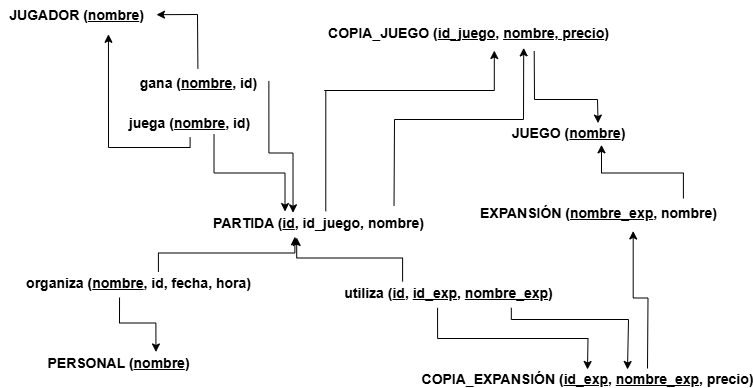
This is 2. Paso a tablas/Paso_tablas_DEF.png from miguel-mxrxrx04/BBDD_MJA, a draw.io export, as it was before one commit. Source tidied: cells renumbered, new cells last; positions are measured from the earlier drawing's top-left corner, leaving out a move shared by most shapes.
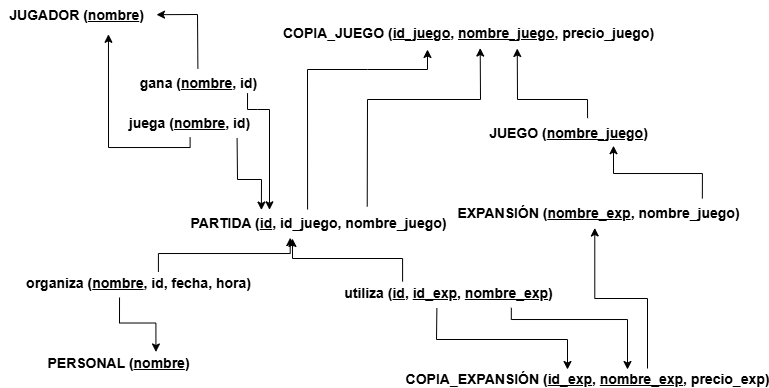
The same diagram one commit later.

Change to the diagram source:
```diff
@@ -21,23 +21,17 @@
         </Array>
       </mxGeometry>
     </mxCell>
-    <mxCell id="7" value="&lt;font style=&quot;font-size: 14px;&quot;&gt;&lt;b&gt;PARTIDA (&lt;u&gt;id&lt;/u&gt;, id_juego, nombre)&lt;/b&gt;&lt;/font&gt;" style="text;html=1;align=center;verticalAlign=middle;points=[];strokeColor=none;fillColor=none;" parent="1" vertex="1">
-      <mxGeometry x="203" y="208" width="229" height="29" as="geometry" />
+    <mxCell id="7" value="&lt;font style=&quot;font-size: 14px;&quot;&gt;&lt;b&gt;PARTIDA (&lt;u&gt;id&lt;/u&gt;, id_juego, nombre_juego)&lt;/b&gt;&lt;/font&gt;" style="text;html=1;align=center;verticalAlign=middle;points=[];strokeColor=none;fillColor=none;" parent="1" vertex="1">
+      <mxGeometry x="178" y="208" width="280" height="30" as="geometry" />
     </mxCell>
-    <mxCell id="8" style="endArrow=classic;html=1;rounded=0;exitX=1.025;exitY=0.429;exitDx=0;exitDy=0;exitPerimeter=0;edgeStyle=orthogonalEdgeStyle;entryX=0.391;entryY=0.147;entryDx=0;entryDy=0;entryPerimeter=0;" parent="1" edge="1" source="3" target="7">
-      <mxGeometry relative="1" as="geometry" />
-    </mxCell>
-    <mxCell id="9" style="endArrow=classic;html=1;rounded=0;exitX=0.68;exitY=0.886;exitDx=0;exitDy=0;exitPerimeter=0;entryX=0.356;entryY=0.105;entryDx=0;entryDy=0;entryPerimeter=0;edgeStyle=orthogonalEdgeStyle;" parent="1" edge="1" source="4" target="7">
-      <mxGeometry relative="1" as="geometry" />
-    </mxCell>
-    <mxCell id="10" value="&lt;b&gt;&lt;font style=&quot;font-size: 14px;&quot;&gt;COPIA_JUEGO (&lt;u&gt;id_juego&lt;/u&gt;, &lt;u&gt;nombre, precio&lt;/u&gt;)&lt;/font&gt;&lt;/b&gt;" style="text;html=1;align=center;verticalAlign=middle;points=[];strokeColor=none;fillColor=none;" parent="1" vertex="1">
-      <mxGeometry x="318" y="18" width="300" height="30" as="geometry" />
+    <mxCell id="10" value="&lt;b&gt;&lt;font style=&quot;font-size: 14px;&quot;&gt;COPIA_JUEGO (&lt;u&gt;id_juego&lt;/u&gt;, &lt;u&gt;nombre_juego&lt;/u&gt;, precio_juego)&lt;/font&gt;&lt;/b&gt;" style="text;html=1;align=center;verticalAlign=middle;points=[];strokeColor=none;fillColor=none;" parent="1" vertex="1">
+      <mxGeometry x="273" y="18" width="390" height="30" as="geometry" />
     </mxCell>
-    <mxCell id="11" value="&lt;b&gt;&lt;font style=&quot;font-size: 14px;&quot;&gt;JUEGO (&lt;u&gt;nombre&lt;/u&gt;)&lt;/font&gt;&lt;/b&gt;" style="text;html=1;align=center;verticalAlign=middle;points=[];strokeColor=none;fillColor=none;" parent="1" vertex="1">
-      <mxGeometry x="502" y="118" width="132" height="29" as="geometry" />
+    <mxCell id="11" value="&lt;b&gt;&lt;font style=&quot;font-size: 14px;&quot;&gt;JUEGO (&lt;u&gt;nombre_juego&lt;/u&gt;)&lt;/font&gt;&lt;/b&gt;" style="text;html=1;align=center;verticalAlign=middle;points=[];strokeColor=none;fillColor=none;" parent="1" vertex="1">
+      <mxGeometry x="478" y="118" width="180" height="30" as="geometry" />
     </mxCell>
-    <mxCell id="12" value="&lt;font style=&quot;font-size: 14px;&quot;&gt;&lt;b&gt;EXPANSIÓN (&lt;u&gt;nombre_exp&lt;/u&gt;, nombre)&lt;/b&gt;&lt;/font&gt;" style="text;html=1;align=center;verticalAlign=middle;points=[];strokeColor=none;fillColor=none;" parent="1" vertex="1">
-      <mxGeometry x="470" y="198" width="255" height="29" as="geometry" />
+    <mxCell id="12" value="&lt;font style=&quot;font-size: 14px;&quot;&gt;&lt;b&gt;EXPANSIÓN (&lt;u&gt;nombre_exp&lt;/u&gt;, nombre_juego)&lt;/b&gt;&lt;/font&gt;" style="text;html=1;align=center;verticalAlign=middle;points=[];strokeColor=none;fillColor=none;" parent="1" vertex="1">
+      <mxGeometry x="443" y="198" width="310" height="30" as="geometry" />
     </mxCell>
     <mxCell id="13" value="&lt;b&gt;&lt;font style=&quot;font-size: 14px;&quot;&gt;organiza (&lt;u&gt;nombre&lt;/u&gt;, id, fecha, hora)&lt;/font&gt;&lt;/b&gt;" style="text;html=1;align=center;verticalAlign=middle;points=[];strokeColor=none;fillColor=none;" parent="1" vertex="1">
       <mxGeometry x="16" y="268" width="243" height="29" as="geometry" />
@@ -45,7 +39,7 @@
     <mxCell id="14" value="&lt;b&gt;&lt;font style=&quot;font-size: 14px;&quot;&gt;PERSONAL (&lt;u&gt;nombre&lt;/u&gt;)&lt;/font&gt;&lt;/b&gt;" style="text;html=1;align=center;verticalAlign=middle;points=[];strokeColor=none;fillColor=none;" parent="1" vertex="1">
       <mxGeometry x="38" y="348" width="160" height="29" as="geometry" />
     </mxCell>
-    <mxCell id="15" value="&lt;b&gt;&lt;font style=&quot;font-size: 14px;&quot;&gt;COPIA_EXPANSIÓN (&lt;u&gt;id_exp&lt;/u&gt;, &lt;u&gt;nombre_exp&lt;/u&gt;, precio)&lt;/font&gt;&lt;/b&gt;" style="edgeStyle=none;orthogonalLoop=1;jettySize=auto;html=1;rounded=0;" parent="1" edge="1">
+    <mxCell id="15" value="&lt;b&gt;&lt;font style=&quot;font-size: 14px;&quot;&gt;COPIA_EXPANSIÓN (&lt;u&gt;id_exp&lt;/u&gt;, &lt;u&gt;nombre_exp&lt;/u&gt;, precio_exp)&lt;/font&gt;&lt;/b&gt;" style="edgeStyle=none;orthogonalLoop=1;jettySize=auto;html=1;rounded=0;" parent="1" edge="1">
       <mxGeometry relative="1" as="geometry">
         <mxPoint x="547" y="379" as="sourcePoint" />
         <mxPoint x="627" y="379" as="targetPoint" />
@@ -54,34 +48,25 @@
     <mxCell id="16" value="&lt;font style=&quot;font-size: 14px;&quot;&gt;&lt;b&gt;utiliza (&lt;u&gt;id&lt;/u&gt;, &lt;u&gt;id_exp&lt;/u&gt;, &lt;u&gt;nombre_exp&lt;/u&gt;)&lt;/b&gt;&lt;/font&gt;" style="text;html=1;align=center;verticalAlign=middle;points=[];strokeColor=none;fillColor=none;" parent="1" vertex="1">
       <mxGeometry x="334" y="278" width="227" height="29" as="geometry" />
     </mxCell>
-    <mxCell id="17" style="endArrow=classic;html=1;rounded=0;exitX=0.454;exitY=1.01;exitDx=0;exitDy=0;exitPerimeter=0;edgeStyle=orthogonalEdgeStyle;" parent="1" edge="1" source="16">
-      <mxGeometry relative="1" as="geometry">
-        <mxPoint x="587" y="369" as="targetPoint" />
-      </mxGeometry>
-    </mxCell>
     <mxCell id="18" style="endArrow=classic;html=1;rounded=0;exitX=0.779;exitY=1.01;exitDx=0;exitDy=0;exitPerimeter=0;edgeStyle=orthogonalEdgeStyle;" parent="1" edge="1" source="16">
       <mxGeometry relative="1" as="geometry">
         <mxPoint x="627" y="369" as="targetPoint" />
         <Array as="points">
           <mxPoint x="511" y="319" />
-          <mxPoint x="628" y="319" />
+          <mxPoint x="627" y="319" />
         </Array>
       </mxGeometry>
     </mxCell>
-    <mxCell id="19" style="endArrow=classic;html=1;rounded=0;exitX=0.534;exitY=0.093;exitDx=0;exitDy=0;exitPerimeter=0;entryX=0.586;entryY=1.067;entryDx=0;entryDy=0;entryPerimeter=0;edgeStyle=orthogonalEdgeStyle;" parent="1" edge="1" source="7" target="10">
-      <mxGeometry relative="1" as="geometry">
-        <Array as="points">
-          <mxPoint x="324" y="90" />
-          <mxPoint x="485" y="90" />
-        </Array>
-      </mxGeometry>
-    </mxCell>
     <mxCell id="20" style="endArrow=classic;html=1;rounded=0;exitX=0.835;exitY=0;exitDx=0;exitDy=0;exitPerimeter=0;entryX=0.75;entryY=0.907;entryDx=0;entryDy=0;entryPerimeter=0;edgeStyle=orthogonalEdgeStyle;" parent="1" edge="1" source="12" target="11">
       <mxGeometry relative="1" as="geometry" />
     </mxCell>
-    <mxCell id="21" style="endArrow=classic;html=1;rounded=0;entryX=0.638;entryY=1.12;entryDx=0;entryDy=0;entryPerimeter=0;edgeStyle=orthogonalEdgeStyle;" parent="1" edge="1" target="12">
+    <mxCell id="21" style="endArrow=classic;html=1;rounded=0;entryX=0.488;entryY=0.983;entryDx=0;entryDy=0;entryPerimeter=0;edgeStyle=orthogonalEdgeStyle;" parent="1" edge="1" target="12">
       <mxGeometry relative="1" as="geometry">
         <mxPoint x="647" y="368" as="sourcePoint" />
+        <Array as="points">
+          <mxPoint x="647" y="298" />
+          <mxPoint x="594" y="298" />
+        </Array>
       </mxGeometry>
     </mxCell>
     <mxCell id="22" style="endArrow=classic;html=1;rounded=0;exitX=0.424;exitY=1;exitDx=0;exitDy=0;exitPerimeter=0;entryX=0.734;entryY=0.12;entryDx=0;entryDy=0;entryPerimeter=0;edgeStyle=orthogonalEdgeStyle;" parent="1" edge="1" source="13" target="14">
@@ -93,21 +78,58 @@
     <mxCell id="24" style="endArrow=classic;html=1;rounded=0;exitX=0.3;exitY=0.107;exitDx=0;exitDy=0;exitPerimeter=0;entryX=0.407;entryY=1;entryDx=0;entryDy=0;entryPerimeter=0;edgeStyle=orthogonalEdgeStyle;" parent="1" edge="1" source="16" target="7">
       <mxGeometry relative="1" as="geometry" />
     </mxCell>
-    <mxCell id="25" style="endArrow=classic;html=1;rounded=0;exitX=0.832;exitY=-0.103;exitDx=0;exitDy=0;exitPerimeter=0;entryX=0.684;entryY=0.98;entryDx=0;entryDy=0;entryPerimeter=0;" parent="1" edge="1" source="7" target="10">
-      <mxGeometry relative="1" as="geometry">
-        <Array as="points">
-          <mxPoint x="394" y="119" />
-          <mxPoint x="523" y="119" />
-        </Array>
-      </mxGeometry>
-    </mxCell>
-    <mxCell id="26" style="endArrow=classic;html=1;rounded=0;exitX=0.719;exitY=1.087;exitDx=0;exitDy=0;exitPerimeter=0;entryX=0.724;entryY=0.159;entryDx=0;entryDy=0;entryPerimeter=0;" parent="1" edge="1" source="10" target="11">
-      <mxGeometry relative="1" as="geometry">
-        <Array as="points">
-          <mxPoint x="534" y="99" />
-          <mxPoint x="597" y="99" />
-        </Array>
-      </mxGeometry>
-    </mxCell>
+    <mxCell id="27" style="endArrow=classic;html=1;rounded=0;exitX=0.674;exitY=-0.067;exitDx=0;exitDy=0;exitPerimeter=0;entryX=0.53;entryY=0.985;entryDx=0;entryDy=0;entryPerimeter=0;" parent="1" edge="1" source="7" target="10">
+      <mxGeometry relative="1" as="geometry">
+        <Array as="points">
+          <mxPoint x="367" y="99" />
+          <mxPoint x="480" y="99" />
+        </Array>
+      </mxGeometry>
+    </mxCell>
+    <mxCell id="28" style="endArrow=classic;html=1;rounded=0;exitX=0.461;exitY=0.033;exitDx=0;exitDy=0;exitPerimeter=0;" parent="1" edge="1" source="7">
+      <mxGeometry relative="1" as="geometry">
+        <mxPoint x="427" y="49" as="targetPoint" />
+        <Array as="points">
+          <mxPoint x="307" y="69" />
+          <mxPoint x="367" y="69" />
+          <mxPoint x="427" y="69" />
+        </Array>
+      </mxGeometry>
+    </mxCell>
+    <mxCell id="9" style="endArrow=classic;html=1;rounded=0;exitX=0.846;exitY=1.029;exitDx=0;exitDy=0;exitPerimeter=0;entryX=0.296;entryY=0.052;entryDx=0;entryDy=0;entryPerimeter=0;" parent="1" edge="1" source="4" target="7">
+      <mxGeometry relative="1" as="geometry">
+        <Array as="points">
+          <mxPoint x="237" y="179" />
+          <mxPoint x="261" y="179" />
+        </Array>
+      </mxGeometry>
+    </mxCell>
+    <mxCell id="29" style="endArrow=classic;html=1;rounded=0;exitX=0.867;exitY=0.919;exitDx=0;exitDy=0;exitPerimeter=0;entryX=0.325;entryY=0.043;entryDx=0;entryDy=0;entryPerimeter=0;" parent="1" edge="1" target="7">
+      <mxGeometry relative="1" as="geometry">
+        <mxPoint x="247" y="92.7" as="sourcePoint" />
+        <Array as="points">
+          <mxPoint x="247" y="109" />
+          <mxPoint x="257" y="109" />
+          <mxPoint x="269" y="109" />
+        </Array>
+      </mxGeometry>
+    </mxCell>
+    <mxCell id="30" style="endArrow=classic;html=1;rounded=0;exitX=0.606;exitY=-0.011;exitDx=0;exitDy=0;exitPerimeter=0;entryX=0.625;entryY=0.999;entryDx=0;entryDy=0;entryPerimeter=0;" parent="1" edge="1" source="11" target="10">
+      <mxGeometry relative="1" as="geometry">
+        <Array as="points">
+          <mxPoint x="587" y="99" />
+          <mxPoint x="517" y="99" />
+        </Array>
+      </mxGeometry>
+    </mxCell>
+    <mxCell id="31" style="endArrow=classic;html=1;rounded=0;exitX=0.451;exitY=1.017;exitDx=0;exitDy=0;exitPerimeter=0;" parent="1" edge="1" source="16">
+      <mxGeometry relative="1" as="geometry">
+        <mxPoint x="567" y="369" as="targetPoint" />
+        <Array as="points">
+          <mxPoint x="436" y="339" />
+          <mxPoint x="567" y="339" />
+        </Array>
+      </mxGeometry>
+    </mxCell>
   </root>
 </mxGraphModel>
```
